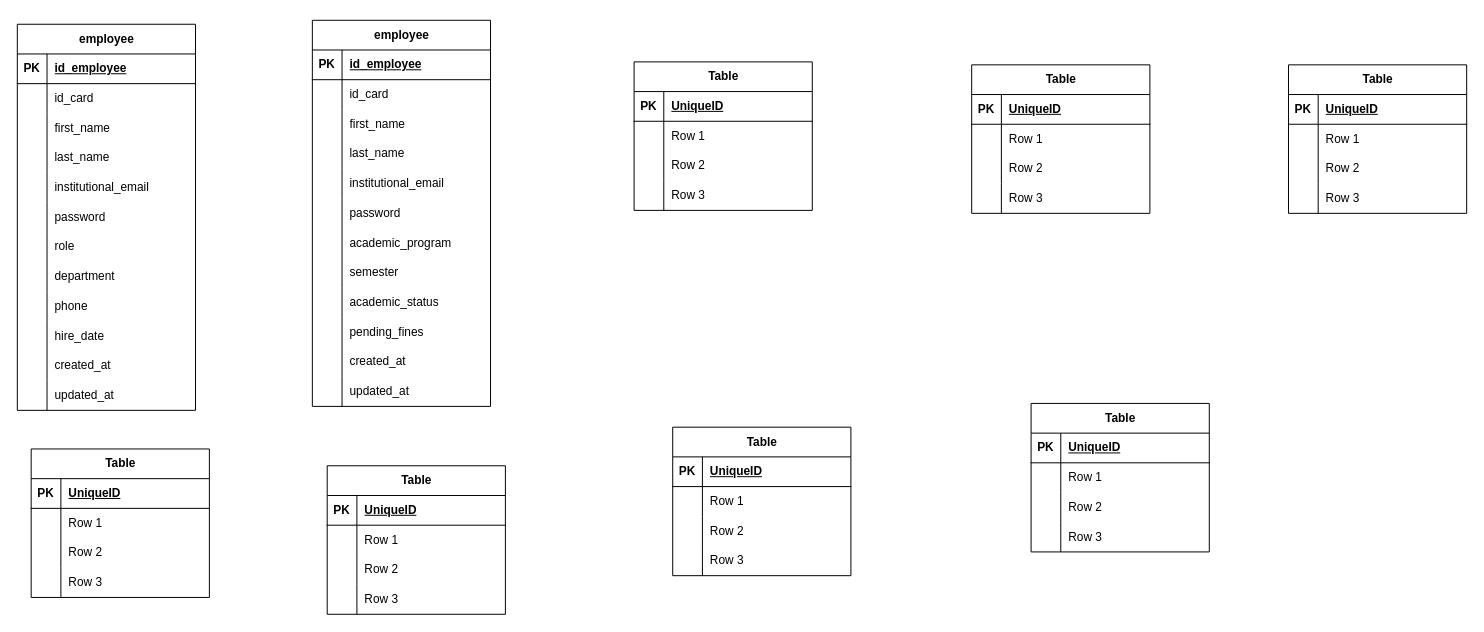
This is back-end/docs/diagrams/DERCampusLend.drawio from Breynersmartinez/CampusLend, a draw.io file, before an edit. Source tidied: cells renumbered, new cells numbered last; positions are measured from the earlier drawing's top-left corner, leaving out a move shared by most shapes. Both pictures are drawn from the tidied source at 99%, with x=0, y=0 at pixel (17, 20).
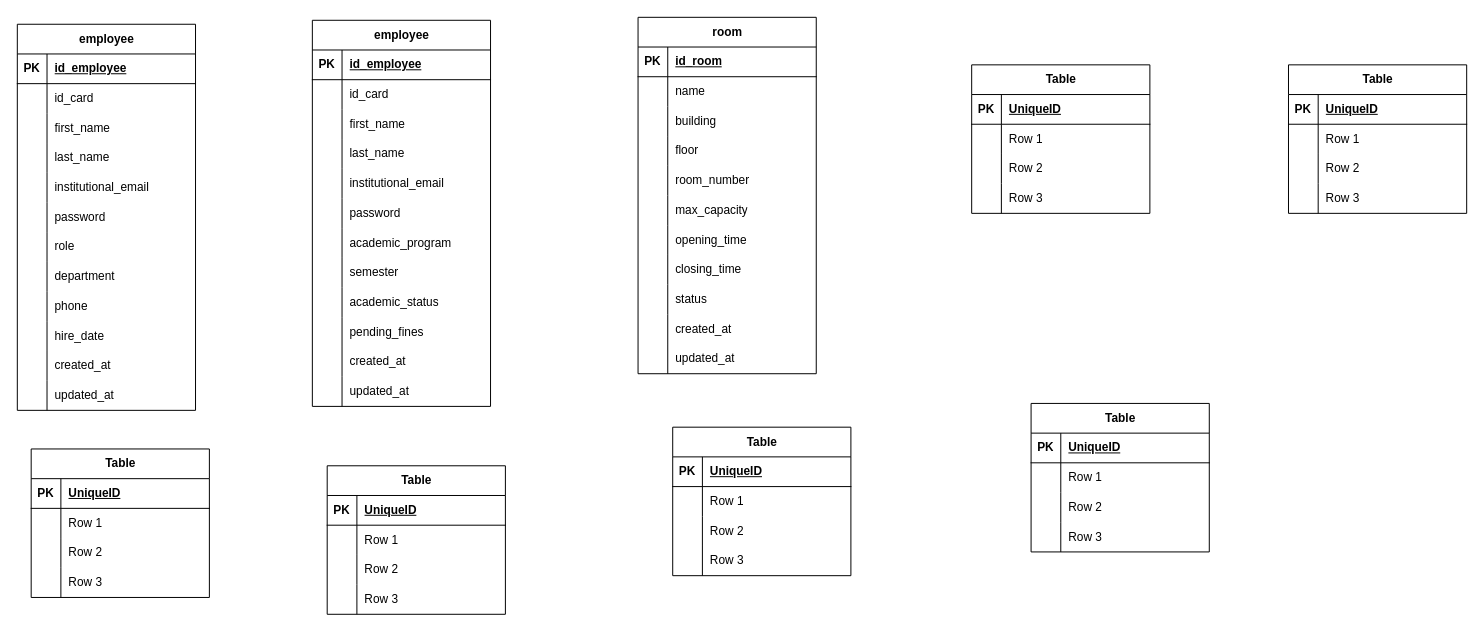
The same page after the edit.

The change refers to these unchanged cells:
```xml
<mxCell id="40" style="shape=tableRow;horizontal=0;startSize=0;swimlaneHead=0;swimlaneBody=0;fillColor=none;top=0;left=0;right=0;bottom=1;" parent="39" vertex="1">
  <mxGeometry y="30" width="180" height="30" as="geometry" />
</mxCell>
<mxCell id="43" style="shape=tableRow;horizontal=0;startSize=0;swimlaneHead=0;swimlaneBody=0;fillColor=none;top=0;left=0;right=0;bottom=0;" parent="39" vertex="1">
  <mxGeometry y="60" width="180" height="30" as="geometry" />
</mxCell>
<mxCell id="46" style="shape=tableRow;horizontal=0;startSize=0;swimlaneHead=0;swimlaneBody=0;fillColor=none;top=0;left=0;right=0;bottom=0;" parent="39" vertex="1">
  <mxGeometry y="90" width="180" height="30" as="geometry" />
</mxCell>
<mxCell id="49" style="shape=tableRow;horizontal=0;startSize=0;swimlaneHead=0;swimlaneBody=0;fillColor=none;top=0;left=0;right=0;bottom=0;" parent="39" vertex="1">
  <mxGeometry y="120" width="180" height="30" as="geometry" />
</mxCell>
```

What changed in the source:
```diff
@@
-    <mxCell id="39" value="Table" style="shape=table;startSize=30;childLayout=tableLayout;rowLines=0;fontStyle=1;align=center;html=1;" parent="1" vertex="1">
-      <mxGeometry x="623" y="42" width="180" height="150" as="geometry" />
+    <mxCell id="39" value="room" style="shape=table;startSize=30;childLayout=tableLayout;rowLines=0;fontStyle=1;align=center;html=1;" parent="1" vertex="1">
+      <mxGeometry x="627" y="-3" width="180" height="360" as="geometry" />
     </mxCell>
@@
-    <mxCell id="42" value="UniqueID" style="shape=partialRectangle;fillColor=none;top=0;left=0;bottom=0;right=0;align=left;spacingLeft=6;fontStyle=5;overflow=hidden;whiteSpace=wrap;html=1;" parent="40" vertex="1">
+    <mxCell id="42" value="id_room" style="shape=partialRectangle;fillColor=none;top=0;left=0;bottom=0;right=0;align=left;spacingLeft=6;fontStyle=5;overflow=hidden;whiteSpace=wrap;html=1;" parent="40" vertex="1">
       <mxGeometry x="30" width="150" height="30" as="geometry" />
     </mxCell>
@@
-    <mxCell id="45" value="Row 1" style="shape=partialRectangle;fillColor=none;top=0;left=0;bottom=0;right=0;align=left;spacingLeft=6;overflow=hidden;whiteSpace=wrap;html=1;" parent="43" vertex="1">
+    <mxCell id="45" value="name" style="shape=partialRectangle;fillColor=none;top=0;left=0;bottom=0;right=0;align=left;spacingLeft=6;overflow=hidden;whiteSpace=wrap;html=1;" parent="43" vertex="1">
       <mxGeometry x="30" width="150" height="30" as="geometry" />
     </mxCell>
@@
-    <mxCell id="48" value="Row 2" style="shape=partialRectangle;fillColor=none;top=0;left=0;bottom=0;right=0;align=left;spacingLeft=6;overflow=hidden;whiteSpace=wrap;html=1;" parent="46" vertex="1">
+    <mxCell id="48" value="building" style="shape=partialRectangle;fillColor=none;top=0;left=0;bottom=0;right=0;align=left;spacingLeft=6;overflow=hidden;whiteSpace=wrap;html=1;" parent="46" vertex="1">
       <mxGeometry x="30" width="150" height="30" as="geometry" />
     </mxCell>
@@
-    <mxCell id="51" value="Row 3" style="shape=partialRectangle;fillColor=none;top=0;left=0;bottom=0;right=0;align=left;spacingLeft=6;overflow=hidden;whiteSpace=wrap;html=1;" parent="49" vertex="1">
+    <mxCell id="51" value="floor" style="shape=partialRectangle;fillColor=none;top=0;left=0;bottom=0;right=0;align=left;spacingLeft=6;overflow=hidden;whiteSpace=wrap;html=1;" parent="49" vertex="1">
       <mxGeometry x="30" width="150" height="30" as="geometry" />
     </mxCell>
+    <mxCell id="167" style="shape=tableRow;horizontal=0;startSize=0;swimlaneHead=0;swimlaneBody=0;fillColor=none;top=0;left=0;right=0;bottom=0;" parent="39" vertex="1">
+      <mxGeometry y="150" width="180" height="30" as="geometry" />
+    </mxCell>
+    <mxCell id="168" style="shape=partialRectangle;fillColor=none;top=0;left=0;bottom=0;right=0;overflow=hidden;whiteSpace=wrap;html=1;" parent="167" vertex="1">
+      <mxGeometry width="30" height="30" as="geometry" />
+    </mxCell>
+    <mxCell id="169" value="room_number" style="shape=partialRectangle;fillColor=none;top=0;left=0;bottom=0;right=0;align=left;spacingLeft=6;overflow=hidden;whiteSpace=wrap;html=1;" parent="167" vertex="1">
+      <mxGeometry x="30" width="150" height="30" as="geometry" />
+    </mxCell>
+    <mxCell id="170" style="shape=tableRow;horizontal=0;startSize=0;swimlaneHead=0;swimlaneBody=0;fillColor=none;top=0;left=0;right=0;bottom=0;" parent="39" vertex="1">
+      <mxGeometry y="180" width="180" height="30" as="geometry" />
+    </mxCell>
+    <mxCell id="171" style="shape=partialRectangle;fillColor=none;top=0;left=0;bottom=0;right=0;overflow=hidden;whiteSpace=wrap;html=1;" parent="170" vertex="1">
+      <mxGeometry width="30" height="30" as="geometry" />
+    </mxCell>
+    <mxCell id="172" value="max_capacity" style="shape=partialRectangle;fillColor=none;top=0;left=0;bottom=0;right=0;align=left;spacingLeft=6;overflow=hidden;whiteSpace=wrap;html=1;" parent="170" vertex="1">
+      <mxGeometry x="30" width="150" height="30" as="geometry" />
+    </mxCell>
+    <mxCell id="173" style="shape=tableRow;horizontal=0;startSize=0;swimlaneHead=0;swimlaneBody=0;fillColor=none;top=0;left=0;right=0;bottom=0;" parent="39" vertex="1">
+      <mxGeometry y="210" width="180" height="30" as="geometry" />
+    </mxCell>
+    <mxCell id="174" style="shape=partialRectangle;fillColor=none;top=0;left=0;bottom=0;right=0;overflow=hidden;whiteSpace=wrap;html=1;" parent="173" vertex="1">
+      <mxGeometry width="30" height="30" as="geometry" />
+    </mxCell>
+    <mxCell id="175" value="opening_time" style="shape=partialRectangle;fillColor=none;top=0;left=0;bottom=0;right=0;align=left;spacingLeft=6;overflow=hidden;whiteSpace=wrap;html=1;" parent="173" vertex="1">
+      <mxGeometry x="30" width="150" height="30" as="geometry" />
+    </mxCell>
+    <mxCell id="176" style="shape=tableRow;horizontal=0;startSize=0;swimlaneHead=0;swimlaneBody=0;fillColor=none;top=0;left=0;right=0;bottom=0;" parent="39" vertex="1">
+      <mxGeometry y="240" width="180" height="30" as="geometry" />
+    </mxCell>
+    <mxCell id="177" style="shape=partialRectangle;fillColor=none;top=0;left=0;bottom=0;right=0;overflow=hidden;whiteSpace=wrap;html=1;" parent="176" vertex="1">
+      <mxGeometry width="30" height="30" as="geometry" />
+    </mxCell>
+    <mxCell id="178" value="closing_time" style="shape=partialRectangle;fillColor=none;top=0;left=0;bottom=0;right=0;align=left;spacingLeft=6;overflow=hidden;whiteSpace=wrap;html=1;" parent="176" vertex="1">
+      <mxGeometry x="30" width="150" height="30" as="geometry" />
+    </mxCell>
+    <mxCell id="179" style="shape=tableRow;horizontal=0;startSize=0;swimlaneHead=0;swimlaneBody=0;fillColor=none;top=0;left=0;right=0;bottom=0;" parent="39" vertex="1">
+      <mxGeometry y="270" width="180" height="30" as="geometry" />
+    </mxCell>
+    <mxCell id="180" style="shape=partialRectangle;fillColor=none;top=0;left=0;bottom=0;right=0;overflow=hidden;whiteSpace=wrap;html=1;" parent="179" vertex="1">
+      <mxGeometry width="30" height="30" as="geometry" />
+    </mxCell>
+    <mxCell id="181" value="status" style="shape=partialRectangle;fillColor=none;top=0;left=0;bottom=0;right=0;align=left;spacingLeft=6;overflow=hidden;whiteSpace=wrap;html=1;" parent="179" vertex="1">
+      <mxGeometry x="30" width="150" height="30" as="geometry" />
+    </mxCell>
+    <mxCell id="182" style="shape=tableRow;horizontal=0;startSize=0;swimlaneHead=0;swimlaneBody=0;fillColor=none;top=0;left=0;right=0;bottom=0;" parent="39" vertex="1">
+      <mxGeometry y="300" width="180" height="30" as="geometry" />
+    </mxCell>
+    <mxCell id="183" style="shape=partialRectangle;fillColor=none;top=0;left=0;bottom=0;right=0;overflow=hidden;whiteSpace=wrap;html=1;" parent="182" vertex="1">
+      <mxGeometry width="30" height="30" as="geometry" />
+    </mxCell>
+    <mxCell id="184" value="created_at" style="shape=partialRectangle;fillColor=none;top=0;left=0;bottom=0;right=0;align=left;spacingLeft=6;overflow=hidden;whiteSpace=wrap;html=1;" parent="182" vertex="1">
+      <mxGeometry x="30" width="150" height="30" as="geometry" />
+    </mxCell>
+    <mxCell id="185" style="shape=tableRow;horizontal=0;startSize=0;swimlaneHead=0;swimlaneBody=0;fillColor=none;top=0;left=0;right=0;bottom=0;" parent="39" vertex="1">
+      <mxGeometry y="330" width="180" height="30" as="geometry" />
+    </mxCell>
+    <mxCell id="186" style="shape=partialRectangle;fillColor=none;top=0;left=0;bottom=0;right=0;overflow=hidden;whiteSpace=wrap;html=1;" parent="185" vertex="1">
+      <mxGeometry width="30" height="30" as="geometry" />
+    </mxCell>
+    <mxCell id="187" value="updated_at" style="shape=partialRectangle;fillColor=none;top=0;left=0;bottom=0;right=0;align=left;spacingLeft=6;overflow=hidden;whiteSpace=wrap;html=1;" parent="185" vertex="1">
+      <mxGeometry x="30" width="150" height="30" as="geometry" />
+    </mxCell>
```
